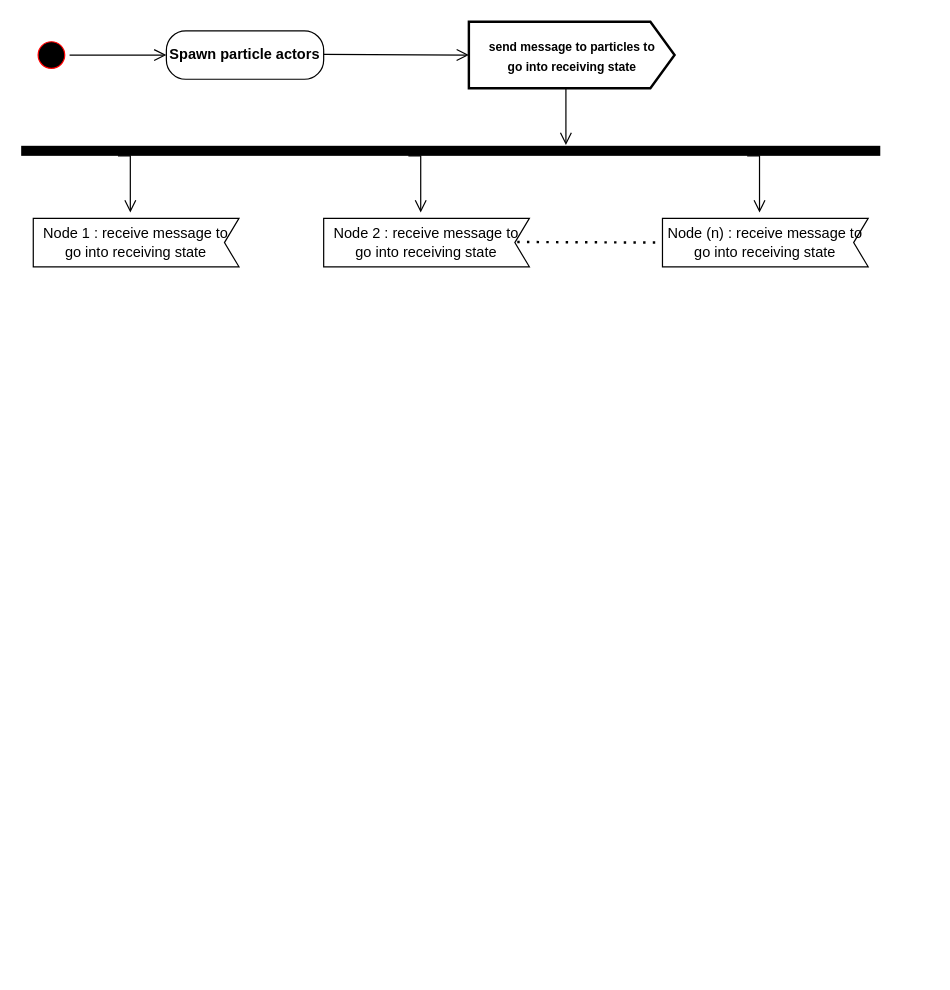
vanelopethecoder/som-basic keeps this draw.io diagram as PSO activity Diagram.drawio. Above is the earlier version. Source tidied: cells renumbered, new cells numbered last; positions are measured from the earlier drawing's top-left corner, leaving out a move shared by most shapes. Both pictures are drawn from the tidied source at 121%, with x=0, y=0 at pixel (21, 22).
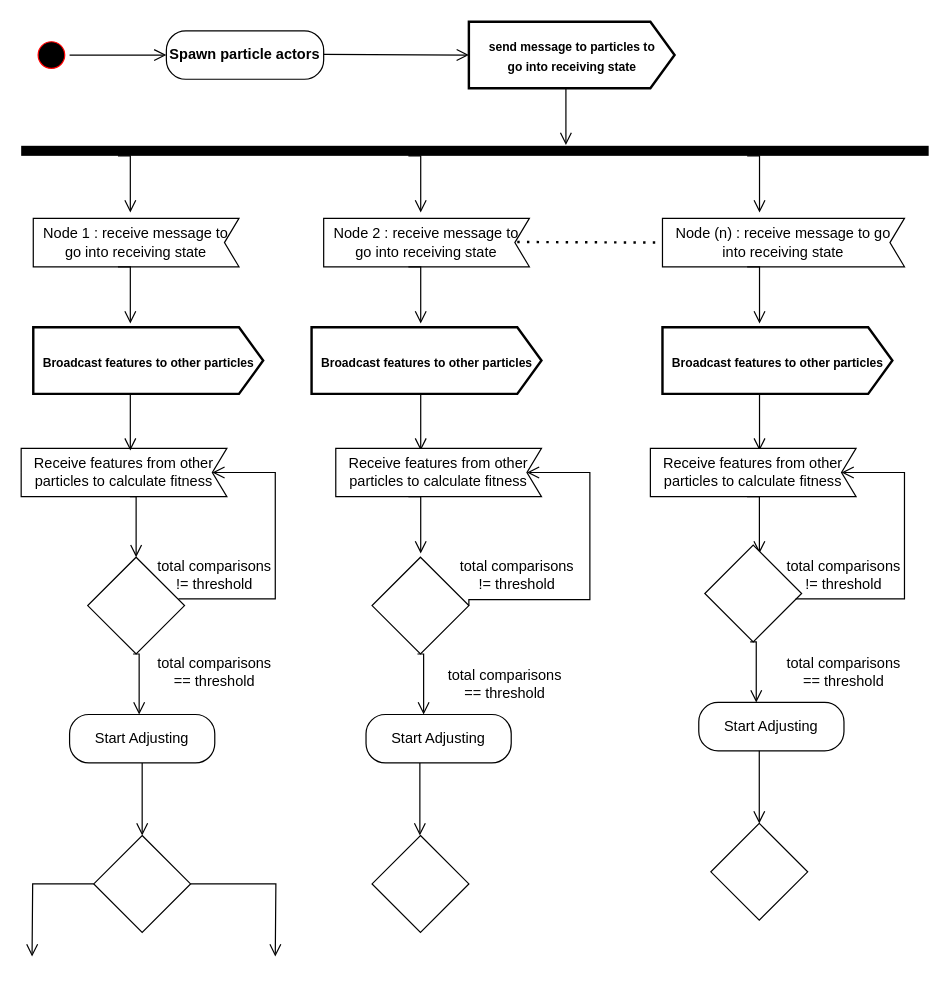
The same page after the edit.

The edit, as a diff of the source:
```diff
@@
     <mxCell id="8" style="html=1;perimeter=orthogonalPerimeter;fillColor=#000000;strokeColor=none;direction=north;" parent="1" vertex="1">
-      <mxGeometry y="102" width="710" height="8.3" as="geometry" />
+      <mxGeometry y="102" width="750" height="8.3" as="geometry" />
     </mxCell>
@@
     <mxCell id="14" value="Node (n) : receive message to go into receiving state" style="shape=mxgraph.sysml.accEvent;flipH=1;whiteSpace=wrap;align=center;" parent="1" vertex="1">
-      <mxGeometry x="530" y="162" width="170" height="40" as="geometry" />
+      <mxGeometry x="530" y="162" width="200" height="40" as="geometry" />
     </mxCell>
@@
+    <mxCell id="16" style="edgeStyle=orthogonalEdgeStyle;html=1;verticalAlign=bottom;endArrow=open;endSize=8;strokeColor=#000000;rounded=0;exitX=0.743;exitY=0.167;exitDx=0;exitDy=0;exitPerimeter=0;" parent="1" edge="1">
+      <mxGeometry relative="1" as="geometry">
+        <mxPoint x="80" y="202" as="sourcePoint" />
+        <mxPoint x="90.2" y="248.9" as="targetPoint" />
+        <Array as="points">
+          <mxPoint x="90.2" y="201.9" />
+        </Array>
+      </mxGeometry>
+    </mxCell>
+    <mxCell id="17" style="edgeStyle=orthogonalEdgeStyle;html=1;verticalAlign=bottom;endArrow=open;endSize=8;strokeColor=#000000;rounded=0;exitX=0.743;exitY=0.167;exitDx=0;exitDy=0;exitPerimeter=0;" parent="1" edge="1">
+      <mxGeometry relative="1" as="geometry">
+        <mxPoint x="320" y="202" as="sourcePoint" />
+        <mxPoint x="330.2" y="248.9" as="targetPoint" />
+        <Array as="points">
+          <mxPoint x="330.2" y="201.9" />
+        </Array>
+      </mxGeometry>
+    </mxCell>
+    <mxCell id="18" style="edgeStyle=orthogonalEdgeStyle;html=1;verticalAlign=bottom;endArrow=open;endSize=8;strokeColor=#000000;rounded=0;exitX=0.743;exitY=0.167;exitDx=0;exitDy=0;exitPerimeter=0;" parent="1" edge="1">
+      <mxGeometry relative="1" as="geometry">
+        <mxPoint x="600" y="202" as="sourcePoint" />
+        <mxPoint x="610.2" y="248.9" as="targetPoint" />
+        <Array as="points">
+          <mxPoint x="610.2" y="201.9" />
+        </Array>
+      </mxGeometry>
+    </mxCell>
+    <mxCell id="19" value="&lt;font style=&quot;font-size: 10px&quot;&gt;&lt;b&gt;Broadcast features to other particles&lt;br&gt;&lt;/b&gt;&lt;/font&gt;" style="html=1;shape=mxgraph.infographic.ribbonSimple;notch1=0;notch2=20;align=center;verticalAlign=middle;fontSize=14;fontStyle=0;fillColor=#FFFFFF;strokeWidth=2;" parent="1" vertex="1">
+      <mxGeometry x="10" y="252" width="190" height="55" as="geometry" />
+    </mxCell>
+    <mxCell id="20" value="&lt;font style=&quot;font-size: 10px&quot;&gt;&lt;b&gt;Broadcast features to other particles&lt;br&gt;&lt;/b&gt;&lt;/font&gt;" style="html=1;shape=mxgraph.infographic.ribbonSimple;notch1=0;notch2=20;align=center;verticalAlign=middle;fontSize=14;fontStyle=0;fillColor=#FFFFFF;strokeWidth=2;" parent="1" vertex="1">
+      <mxGeometry x="240" y="252" width="190" height="55" as="geometry" />
+    </mxCell>
+    <mxCell id="21" value="&lt;font style=&quot;font-size: 10px&quot;&gt;&lt;b&gt;Broadcast features to other particles&lt;br&gt;&lt;/b&gt;&lt;/font&gt;" style="html=1;shape=mxgraph.infographic.ribbonSimple;notch1=0;notch2=20;align=center;verticalAlign=middle;fontSize=14;fontStyle=0;fillColor=#FFFFFF;strokeWidth=2;" parent="1" vertex="1">
+      <mxGeometry x="530" y="252" width="190" height="55" as="geometry" />
+    </mxCell>
+    <mxCell id="22" value="Receive features from other particles to calculate fitness" style="shape=mxgraph.sysml.accEvent;flipH=1;whiteSpace=wrap;align=center;" parent="1" vertex="1">
+      <mxGeometry y="352" width="170" height="40" as="geometry" />
+    </mxCell>
+    <mxCell id="23" style="edgeStyle=orthogonalEdgeStyle;html=1;verticalAlign=bottom;endArrow=open;endSize=8;strokeColor=#000000;rounded=0;exitX=0.743;exitY=0.167;exitDx=0;exitDy=0;exitPerimeter=0;" parent="1" edge="1">
+      <mxGeometry relative="1" as="geometry">
+        <mxPoint x="80" y="307" as="sourcePoint" />
+        <mxPoint x="90.2" y="353.9" as="targetPoint" />
+        <Array as="points">
+          <mxPoint x="90.2" y="306.9" />
+        </Array>
+      </mxGeometry>
+    </mxCell>
+    <mxCell id="24" style="edgeStyle=orthogonalEdgeStyle;html=1;verticalAlign=bottom;endArrow=open;endSize=8;strokeColor=#000000;rounded=0;exitX=0.743;exitY=0.167;exitDx=0;exitDy=0;exitPerimeter=0;" parent="1" edge="1">
+      <mxGeometry relative="1" as="geometry">
+        <mxPoint x="320" y="307" as="sourcePoint" />
+        <mxPoint x="330.2" y="353.9" as="targetPoint" />
+        <Array as="points">
+          <mxPoint x="330.2" y="306.9" />
+        </Array>
+      </mxGeometry>
+    </mxCell>
+    <mxCell id="25" style="edgeStyle=orthogonalEdgeStyle;html=1;verticalAlign=bottom;endArrow=open;endSize=8;strokeColor=#000000;rounded=0;exitX=0.743;exitY=0.167;exitDx=0;exitDy=0;exitPerimeter=0;" parent="1" edge="1">
+      <mxGeometry relative="1" as="geometry">
+        <mxPoint x="600" y="307" as="sourcePoint" />
+        <mxPoint x="610.2" y="353.9" as="targetPoint" />
+        <Array as="points">
+          <mxPoint x="610.2" y="306.9" />
+        </Array>
+      </mxGeometry>
+    </mxCell>
+    <mxCell id="26" value="Receive features from other particles to calculate fitness" style="shape=mxgraph.sysml.accEvent;flipH=1;whiteSpace=wrap;align=center;" parent="1" vertex="1">
+      <mxGeometry x="260" y="352" width="170" height="40" as="geometry" />
+    </mxCell>
+    <mxCell id="27" value="Receive features from other particles to calculate fitness" style="shape=mxgraph.sysml.accEvent;flipH=1;whiteSpace=wrap;align=center;" parent="1" vertex="1">
+      <mxGeometry x="520" y="352" width="170" height="40" as="geometry" />
+    </mxCell>
+    <mxCell id="28" style="rhombus;whiteSpace=wrap;html=1;" parent="1" vertex="1">
+      <mxGeometry x="55" y="442" width="80" height="80" as="geometry" />
+    </mxCell>
+    <mxCell id="29" style="edgeStyle=orthogonalEdgeStyle;html=1;verticalAlign=bottom;endArrow=open;endSize=8;strokeColor=#000000;rounded=0;exitX=0.743;exitY=0.167;exitDx=0;exitDy=0;exitPerimeter=0;entryX=0.5;entryY=0;entryDx=0;entryDy=0;" parent="1" edge="1" target="28">
+      <mxGeometry relative="1" as="geometry">
+        <mxPoint x="89.9" y="392" as="sourcePoint" />
+        <Array as="points">
+          <mxPoint x="95" y="392" />
+        </Array>
+      </mxGeometry>
+    </mxCell>
+    <mxCell id="30" style="edgeStyle=orthogonalEdgeStyle;html=1;verticalAlign=bottom;endArrow=open;endSize=8;strokeColor=#000000;rounded=0;exitX=0.743;exitY=0.167;exitDx=0;exitDy=0;exitPerimeter=0;" parent="1" edge="1">
+      <mxGeometry relative="1" as="geometry">
+        <mxPoint x="320" y="392" as="sourcePoint" />
+        <mxPoint x="330.2" y="438.9" as="targetPoint" />
+        <Array as="points">
+          <mxPoint x="330.2" y="391.9" />
+        </Array>
+      </mxGeometry>
+    </mxCell>
+    <mxCell id="31" style="edgeStyle=orthogonalEdgeStyle;html=1;verticalAlign=bottom;endArrow=open;endSize=8;strokeColor=#000000;rounded=0;exitX=0.743;exitY=0.167;exitDx=0;exitDy=0;exitPerimeter=0;" parent="1" edge="1">
+      <mxGeometry relative="1" as="geometry">
+        <mxPoint x="599.9" y="392" as="sourcePoint" />
+        <mxPoint x="610.1" y="438.9" as="targetPoint" />
+        <Array as="points">
+          <mxPoint x="610.1" y="391.9" />
+        </Array>
+      </mxGeometry>
+    </mxCell>
+    <mxCell id="32" style="rhombus;whiteSpace=wrap;html=1;" parent="1" vertex="1">
+      <mxGeometry x="290" y="442" width="80" height="80" as="geometry" />
+    </mxCell>
+    <mxCell id="33" style="rhombus;whiteSpace=wrap;html=1;" parent="1" vertex="1">
+      <mxGeometry x="565" y="432" width="80" height="80" as="geometry" />
+    </mxCell>
+    <mxCell id="34" style="edgeStyle=orthogonalEdgeStyle;html=1;verticalAlign=bottom;endArrow=open;endSize=8;strokeColor=#000000;rounded=0;exitX=0.743;exitY=0.167;exitDx=0;exitDy=0;exitPerimeter=0;entryX=0.5;entryY=0;entryDx=0;entryDy=0;" parent="1" edge="1">
+      <mxGeometry relative="1" as="geometry">
+        <mxPoint x="92.5" y="522" as="sourcePoint" />
+        <mxPoint x="97.5" y="572" as="targetPoint" />
+        <Array as="points">
+          <mxPoint x="98" y="522" />
+        </Array>
+      </mxGeometry>
+    </mxCell>
+    <mxCell id="35" style="edgeStyle=orthogonalEdgeStyle;html=1;verticalAlign=bottom;endArrow=open;endSize=8;strokeColor=#000000;rounded=0;exitX=0.743;exitY=0.167;exitDx=0;exitDy=0;exitPerimeter=0;entryX=0.5;entryY=0;entryDx=0;entryDy=0;" parent="1" edge="1">
+      <mxGeometry relative="1" as="geometry">
+        <mxPoint x="327.5" y="522" as="sourcePoint" />
+        <mxPoint x="332.6" y="572" as="targetPoint" />
+        <Array as="points">
+          <mxPoint x="332.6" y="522" />
+        </Array>
+      </mxGeometry>
+    </mxCell>
+    <mxCell id="36" style="edgeStyle=orthogonalEdgeStyle;html=1;verticalAlign=bottom;endArrow=open;endSize=8;strokeColor=#000000;rounded=0;exitX=0.743;exitY=0.167;exitDx=0;exitDy=0;exitPerimeter=0;entryX=0.5;entryY=0;entryDx=0;entryDy=0;" parent="1" edge="1">
+      <mxGeometry relative="1" as="geometry">
+        <mxPoint x="602.5" y="512" as="sourcePoint" />
+        <mxPoint x="607.5" y="562" as="targetPoint" />
+        <Array as="points">
+          <mxPoint x="607.5" y="512" />
+        </Array>
+      </mxGeometry>
+    </mxCell>
+    <mxCell id="37" value="total comparisons == threshold" style="text;html=1;strokeColor=none;fillColor=none;align=center;verticalAlign=middle;whiteSpace=wrap;rounded=0;" parent="1" vertex="1">
+      <mxGeometry x="110" y="522" width="100" height="30" as="geometry" />
+    </mxCell>
+    <mxCell id="38" value="total comparisons == threshold" style="text;html=1;strokeColor=none;fillColor=none;align=center;verticalAlign=middle;whiteSpace=wrap;rounded=0;" parent="1" vertex="1">
+      <mxGeometry x="350" y="532" width="100" height="30" as="geometry" />
+    </mxCell>
+    <mxCell id="39" value="total comparisons == threshold" style="text;html=1;strokeColor=none;fillColor=none;align=center;verticalAlign=middle;whiteSpace=wrap;rounded=0;" parent="1" vertex="1">
+      <mxGeometry x="630" y="522" width="100" height="30" as="geometry" />
+    </mxCell>
+    <mxCell id="40" value="Start Adjusting" style="rounded=1;whiteSpace=wrap;html=1;arcSize=40;fontColor=#000000;fillColor=#FFFFFF;strokeColor=#000000;" parent="1" vertex="1">
+      <mxGeometry x="40" y="572" width="120" height="40" as="geometry" />
+    </mxCell>
+    <mxCell id="41" style="edgeStyle=orthogonalEdgeStyle;html=1;verticalAlign=bottom;endArrow=open;endSize=8;strokeColor=#000000;rounded=0;" parent="1" edge="1" source="40">
+      <mxGeometry relative="1" as="geometry">
+        <mxPoint x="100" y="672" as="targetPoint" />
+      </mxGeometry>
+    </mxCell>
+    <mxCell id="42" style="edgeStyle=orthogonalEdgeStyle;html=1;verticalAlign=bottom;endArrow=open;endSize=8;strokeColor=#000000;rounded=0;entryX=0;entryY=0.5;entryDx=12;entryDy=0;entryPerimeter=0;" parent="1" edge="1" target="22">
+      <mxGeometry relative="1" as="geometry">
+        <mxPoint x="130" y="476.5" as="sourcePoint" />
+        <Array as="points">
+          <mxPoint x="210" y="477" />
+          <mxPoint x="210" y="372" />
+        </Array>
+      </mxGeometry>
+    </mxCell>
+    <mxCell id="43" style="edgeStyle=orthogonalEdgeStyle;html=1;verticalAlign=bottom;endArrow=open;endSize=8;strokeColor=#000000;rounded=0;entryX=0;entryY=0.5;entryDx=12;entryDy=0;entryPerimeter=0;exitX=1;exitY=0.5;exitDx=0;exitDy=0;" parent="1" edge="1" source="32">
+      <mxGeometry relative="1" as="geometry">
+        <mxPoint x="418" y="372" as="targetPoint" />
+        <Array as="points">
+          <mxPoint x="370" y="477" />
+          <mxPoint x="470" y="477" />
+          <mxPoint x="470" y="372" />
+        </Array>
+      </mxGeometry>
+    </mxCell>
+    <mxCell id="44" style="edgeStyle=orthogonalEdgeStyle;html=1;verticalAlign=bottom;endArrow=open;endSize=8;strokeColor=#000000;rounded=0;entryX=0;entryY=0.5;entryDx=12;entryDy=0;entryPerimeter=0;exitX=0.938;exitY=0.556;exitDx=0;exitDy=0;exitPerimeter=0;" parent="1" edge="1" source="33">
+      <mxGeometry relative="1" as="geometry">
+        <mxPoint x="678" y="372" as="targetPoint" />
+        <Array as="points">
+          <mxPoint x="730" y="477" />
+          <mxPoint x="730" y="372" />
+        </Array>
+      </mxGeometry>
+    </mxCell>
+    <mxCell id="45" value="Start Adjusting" style="rounded=1;whiteSpace=wrap;html=1;arcSize=40;fontColor=#000000;fillColor=#FFFFFF;strokeColor=#000000;" parent="1" vertex="1">
+      <mxGeometry x="285" y="572" width="120" height="40" as="geometry" />
+    </mxCell>
+    <mxCell id="46" value="Start Adjusting" style="rounded=1;whiteSpace=wrap;html=1;arcSize=40;fontColor=#000000;fillColor=#FFFFFF;strokeColor=#000000;" parent="1" vertex="1">
+      <mxGeometry x="560" y="562" width="120" height="40" as="geometry" />
+    </mxCell>
+    <mxCell id="47" style="rhombus;whiteSpace=wrap;html=1;" parent="1" vertex="1">
+      <mxGeometry x="60" y="672" width="80" height="80" as="geometry" />
+    </mxCell>
+    <mxCell id="48" style="edgeStyle=orthogonalEdgeStyle;html=1;verticalAlign=bottom;endArrow=open;endSize=8;strokeColor=#000000;rounded=0;" parent="1" edge="1">
+      <mxGeometry relative="1" as="geometry">
+        <mxPoint x="329.5" y="612" as="sourcePoint" />
+        <mxPoint x="329.5" y="672" as="targetPoint" />
+      </mxGeometry>
+    </mxCell>
+    <mxCell id="49" style="edgeStyle=orthogonalEdgeStyle;html=1;verticalAlign=bottom;endArrow=open;endSize=8;strokeColor=#000000;rounded=0;" parent="1" edge="1">
+      <mxGeometry relative="1" as="geometry">
+        <mxPoint x="610" y="602" as="sourcePoint" />
+        <mxPoint x="610" y="662" as="targetPoint" />
+      </mxGeometry>
+    </mxCell>
+    <mxCell id="50" style="rhombus;whiteSpace=wrap;html=1;" parent="1" vertex="1">
+      <mxGeometry x="290" y="672" width="80" height="80" as="geometry" />
+    </mxCell>
+    <mxCell id="51" style="rhombus;whiteSpace=wrap;html=1;" parent="1" vertex="1">
+      <mxGeometry x="570" y="662" width="80" height="80" as="geometry" />
+    </mxCell>
+    <mxCell id="52" value="total comparisons != threshold" style="text;html=1;strokeColor=none;fillColor=none;align=center;verticalAlign=middle;whiteSpace=wrap;rounded=0;" parent="1" vertex="1">
+      <mxGeometry x="110" y="442" width="100" height="30" as="geometry" />
+    </mxCell>
+    <mxCell id="53" value="total comparisons != threshold" style="text;html=1;strokeColor=none;fillColor=none;align=center;verticalAlign=middle;whiteSpace=wrap;rounded=0;" parent="1" vertex="1">
+      <mxGeometry x="360" y="442" width="100" height="30" as="geometry" />
+    </mxCell>
+    <mxCell id="54" value="total comparisons != threshold" style="text;html=1;strokeColor=none;fillColor=none;align=center;verticalAlign=middle;whiteSpace=wrap;rounded=0;" parent="1" vertex="1">
+      <mxGeometry x="630" y="442" width="100" height="30" as="geometry" />
+    </mxCell>
+    <mxCell id="55" style="edgeStyle=orthogonalEdgeStyle;html=1;verticalAlign=bottom;endArrow=open;endSize=8;strokeColor=#000000;rounded=0;exitX=0;exitY=0.5;exitDx=0;exitDy=0;" parent="1" edge="1" source="47">
+      <mxGeometry relative="1" as="geometry">
+        <mxPoint x="9" y="772" as="targetPoint" />
+      </mxGeometry>
+    </mxCell>
+    <mxCell id="56" style="edgeStyle=orthogonalEdgeStyle;html=1;verticalAlign=bottom;endArrow=open;endSize=8;strokeColor=#000000;rounded=0;exitX=1;exitY=0.5;exitDx=0;exitDy=0;" parent="1" edge="1" source="47">
+      <mxGeometry relative="1" as="geometry">
+        <mxPoint x="210" y="772" as="targetPoint" />
+      </mxGeometry>
+    </mxCell>
```
